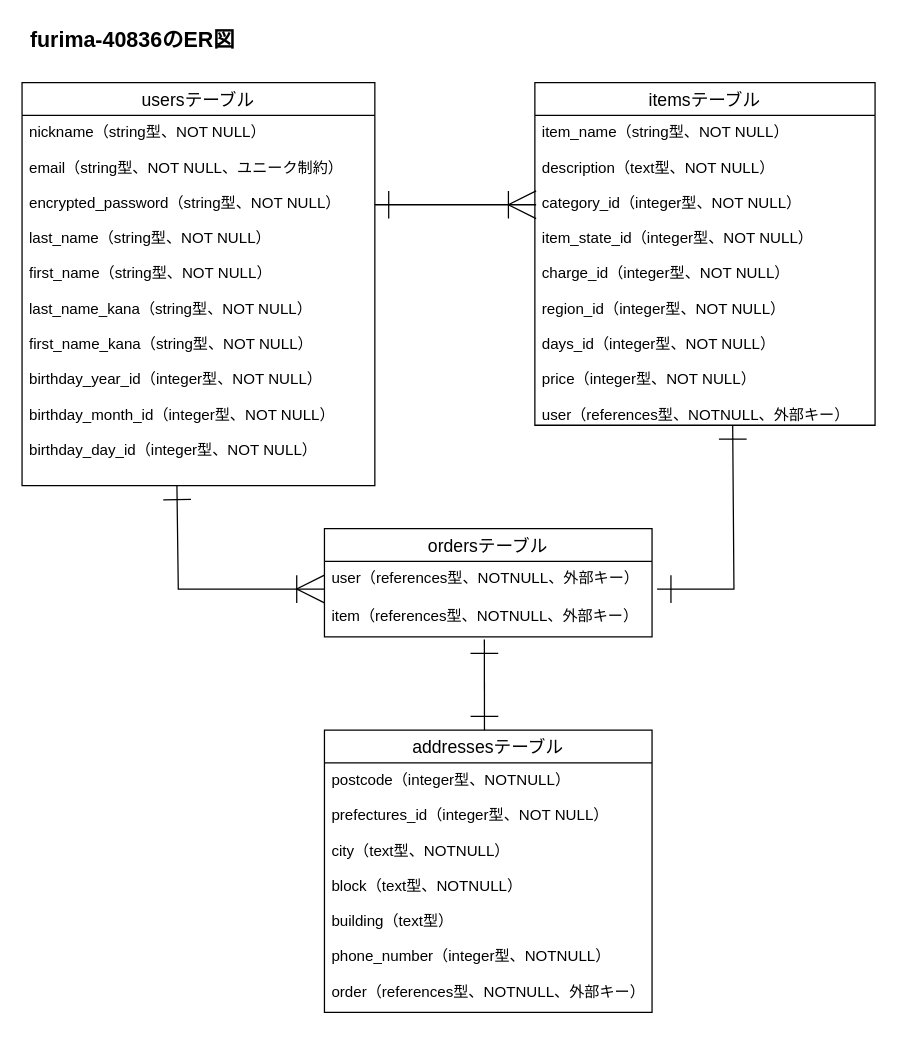
Before: app/views/test.dio in freejog/furima-40836, a draw.io diagram. Source tidied: cells renumbered, new cells numbered last; positions are measured from the earlier drawing's top-left corner, leaving out a move shared by most shapes. Both pictures are drawn from the tidied source at 126%, with x=0, y=0 at pixel (21, 21).
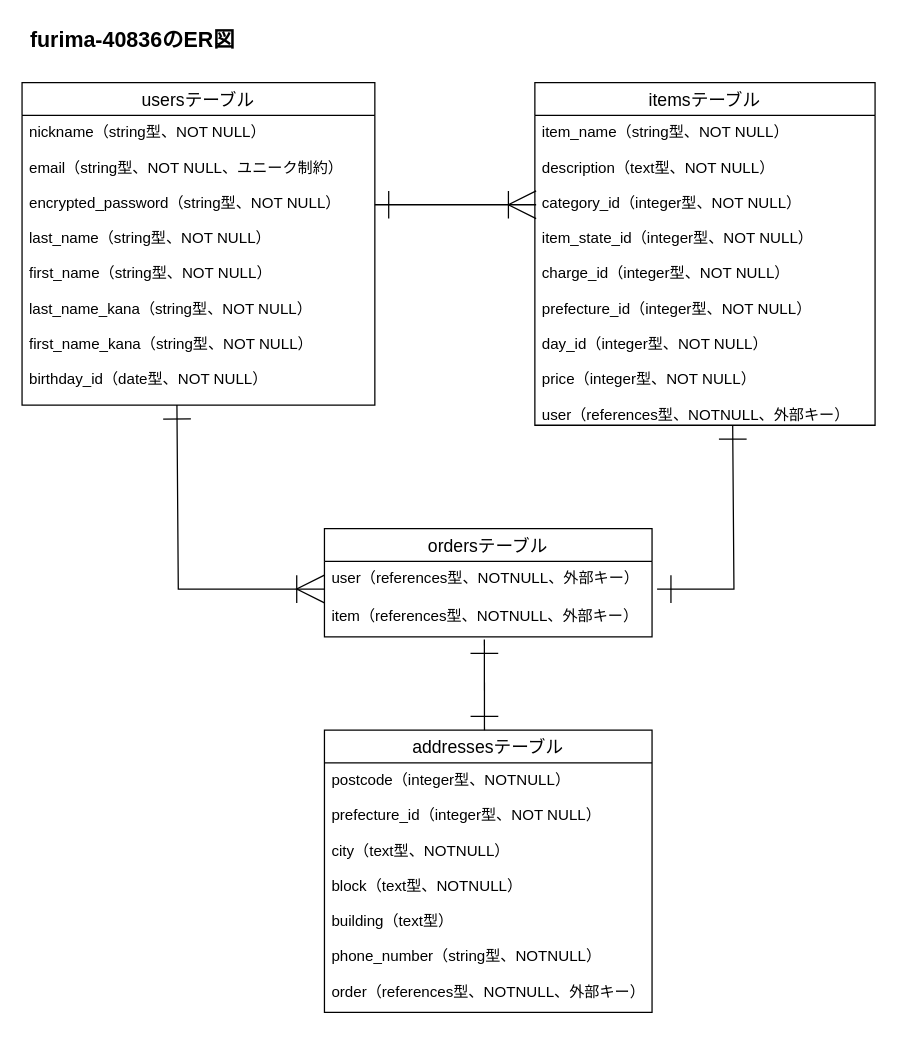
After the change.

Commit message (it also covers changes not shown here):
ER図とREADMEの修正（2回目）

Unchanged cells that the change refers to:
```xml
<mxCell id="4" value="itemsテーブル" style="swimlane;fontStyle=0;horizontal=1;startSize=26;align=center;fontSize=14;" parent="1" vertex="1">
  <mxGeometry x="407" y="48" width="270" height="272" as="geometry" />
</mxCell>
<mxCell id="9" value="addressesテーブル" style="swimlane;fontStyle=0;horizontal=1;startSize=26;align=center;fontSize=14;" parent="1" vertex="1">
  <mxGeometry x="240" y="562" width="260" height="224" as="geometry" />
</mxCell>
```

The edit, as a diff of the source:
```diff
@@
     <mxCell id="2" value="usersテーブル" style="swimlane;fontStyle=0;horizontal=1;startSize=26;align=center;fontSize=14;" parent="1" vertex="1">
-      <mxGeometry y="48" width="280" height="320" as="geometry" />
+      <mxGeometry y="48" width="280" height="256" as="geometry" />
     </mxCell>
-    <mxCell id="3" value="nickname（string型、NOT NULL）&#10;&#10;email（string型、NOT NULL、ユニーク制約）&#10;&#10;encrypted_password（string型、NOT NULL）&#10;&#10;last_name（string型、NOT NULL）&#10;&#10;first_name（string型、NOT NULL）&#10;&#10;last_name_kana（string型、NOT NULL）&#10;&#10;first_name_kana（string型、NOT NULL）&#10;&#10;birthday_year_id（integer型、NOT NULL）&#10;&#10;birthday_month_id（integer型、NOT NULL）&#10;&#10;birthday_day_id（integer型、NOT NULL）" style="text;strokeColor=none;fillColor=none;spacingLeft=4;spacingRight=4;overflow=hidden;points=[[0,0.5],[1,0.5]];portConstraint=eastwest;fontSize=12;" parent="2" vertex="1">
-      <mxGeometry y="26" width="280" height="294" as="geometry" />
+    <mxCell id="3" value="nickname（string型、NOT NULL）&#10;&#10;email（string型、NOT NULL、ユニーク制約）&#10;&#10;encrypted_password（string型、NOT NULL）&#10;&#10;last_name（string型、NOT NULL）&#10;&#10;first_name（string型、NOT NULL）&#10;&#10;last_name_kana（string型、NOT NULL）&#10;&#10;first_name_kana（string型、NOT NULL）&#10;&#10;birthday_id（date型、NOT NULL）&#10;" style="text;strokeColor=none;fillColor=none;spacingLeft=4;spacingRight=4;overflow=hidden;points=[[0,0.5],[1,0.5]];portConstraint=eastwest;fontSize=12;" parent="2" vertex="1">
+      <mxGeometry y="26" width="280" height="230" as="geometry" />
     </mxCell>
@@
-    <mxCell id="5" value="item_name（string型、NOT NULL）&#10;&#10;description（text型、NOT NULL）&#10;&#10;category_id（integer型、NOT NULL）&#10;&#10;item_state_id（integer型、NOT NULL）&#10;&#10;charge_id（integer型、NOT NULL）&#10;&#10;region_id（integer型、NOT NULL）&#10;&#10;days_id（integer型、NOT NULL）&#10;&#10;price（integer型、NOT NULL）&#10;&#10;user（references型、NOTNULL、外部キー）" style="text;strokeColor=none;fillColor=none;spacingLeft=4;spacingRight=4;overflow=hidden;fontSize=12;" parent="4" vertex="1">
+    <mxCell id="5" value="item_name（string型、NOT NULL）&#10;&#10;description（text型、NOT NULL）&#10;&#10;category_id（integer型、NOT NULL）&#10;&#10;item_state_id（integer型、NOT NULL）&#10;&#10;charge_id（integer型、NOT NULL）&#10;&#10;prefecture_id（integer型、NOT NULL）&#10;&#10;day_id（integer型、NOT NULL）&#10;&#10;price（integer型、NOT NULL）&#10;&#10;user（references型、NOTNULL、外部キー）" style="text;strokeColor=none;fillColor=none;spacingLeft=4;spacingRight=4;overflow=hidden;fontSize=12;" parent="4" vertex="1">
       <mxGeometry y="26" width="270" height="246" as="geometry" />
     </mxCell>
@@
-    <mxCell id="10" value="postcode（integer型、NOTNULL）&#10;&#10;prefectures_id（integer型、NOT NULL）&#10;&#10;city（text型、NOTNULL）&#10;&#10;block（text型、NOTNULL）&#10;&#10;building（text型）&#10;&#10;phone_number（integer型、NOTNULL）&#10;&#10;order（references型、NOTNULL、外部キー）" style="text;strokeColor=none;fillColor=none;spacingLeft=4;spacingRight=4;overflow=hidden;fontSize=12;fontStyle=0;" parent="9" vertex="1">
+    <mxCell id="10" value="postcode（integer型、NOTNULL）&#10;&#10;prefecture_id（integer型、NOT NULL）&#10;&#10;city（text型、NOTNULL）&#10;&#10;block（text型、NOTNULL）&#10;&#10;building（text型）&#10;&#10;phone_number（string型、NOTNULL）&#10;&#10;order（references型、NOTNULL、外部キー）" style="text;strokeColor=none;fillColor=none;spacingLeft=4;spacingRight=4;overflow=hidden;fontSize=12;fontStyle=0;" parent="9" vertex="1">
       <mxGeometry y="26" width="260" height="198" as="geometry" />
     </mxCell>
```
